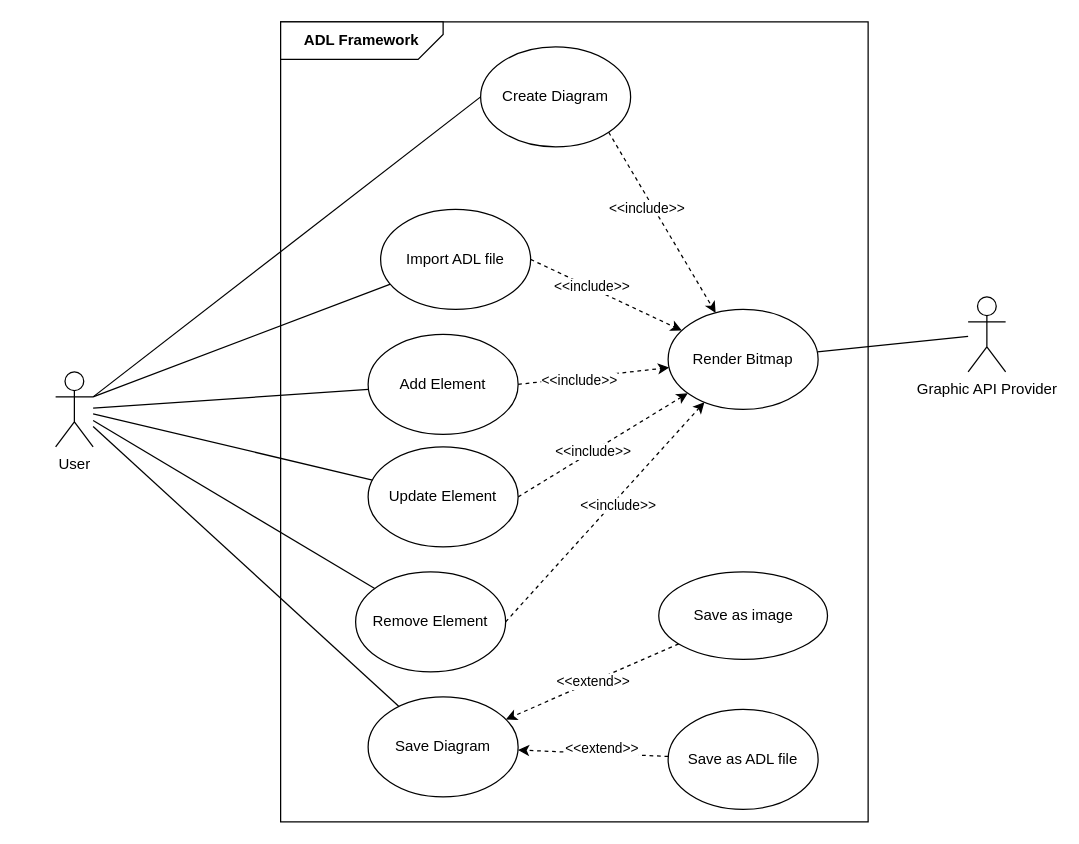
Earlier version of the draw.io diagram drawio/UseCase.drawio (phunm211/SW-Associate-Architecture). Source tidied: cells renumbered, new cells numbered last; positions are measured from the earlier drawing's top-left corner, leaving out a move shared by most shapes. Both pictures are drawn from the tidied source at 125%, with x=0, y=0 at pixel (55, -41).
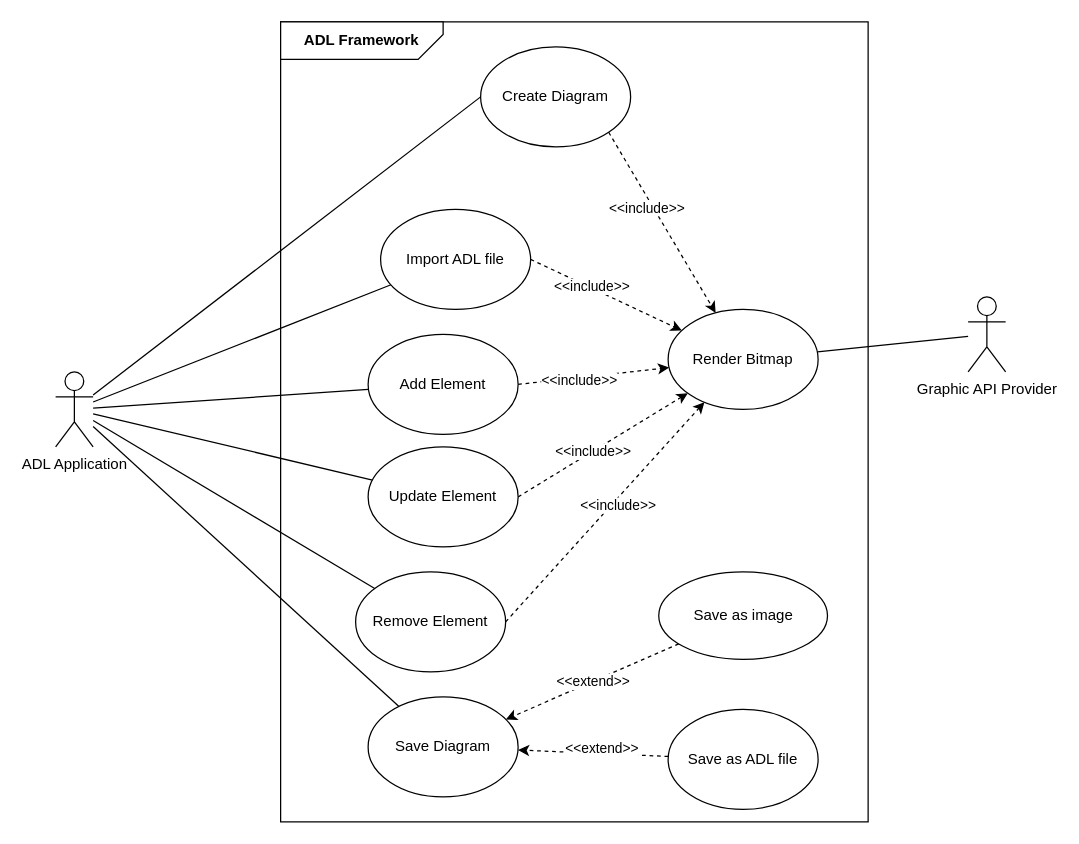
The same diagram, later.

Unchanged cells that the change refers to:
```xml
<mxCell id="13" value="Create Diagram" style="ellipse;whiteSpace=wrap;html=1;" parent="1" vertex="1">
  <mxGeometry x="340" y="70" width="120" height="80" as="geometry" />
</mxCell>
<mxCell id="16" value="Import ADL file" style="ellipse;whiteSpace=wrap;html=1;" parent="1" vertex="1">
  <mxGeometry x="260" y="200" width="120" height="80" as="geometry" />
</mxCell>
```

What changed in the source:
```diff
@@
-    <mxCell id="3" style="rounded=0;jettySize=auto;html=1;exitX=1;exitY=0.3333333333333333;exitDx=0;exitDy=0;exitPerimeter=0;entryX=0;entryY=0.5;entryDx=0;entryDy=0;endArrow=none;endFill=0;" parent="1" edge="1" source="9" target="13">
+    <mxCell id="3" style="rounded=0;jettySize=auto;html=1;entryX=0;entryY=0.5;entryDx=0;entryDy=0;endArrow=none;endFill=0;" parent="1" edge="1" source="9" target="13">
       <mxGeometry relative="1" as="geometry" />
     </mxCell>
-    <mxCell id="4" style="rounded=0;jettySize=auto;html=1;strokeColor=default;exitX=1;exitY=0.3333333333333333;exitDx=0;exitDy=0;exitPerimeter=0;endArrow=none;endFill=0;" parent="1" edge="1" source="9" target="16">
+    <mxCell id="4" style="rounded=0;jettySize=auto;html=1;strokeColor=default;endArrow=none;endFill=0;" parent="1" edge="1" source="9" target="16">
       <mxGeometry relative="1" as="geometry" />
     </mxCell>
@@
-    <mxCell id="9" value="User" style="shape=umlActor;verticalLabelPosition=bottom;verticalAlign=top;html=1;" parent="1" vertex="1">
+    <mxCell id="9" value="ADL Application" style="shape=umlActor;verticalLabelPosition=bottom;verticalAlign=top;html=1;" parent="1" vertex="1">
       <mxGeometry y="330" width="30" height="60" as="geometry" />
     </mxCell>
```
